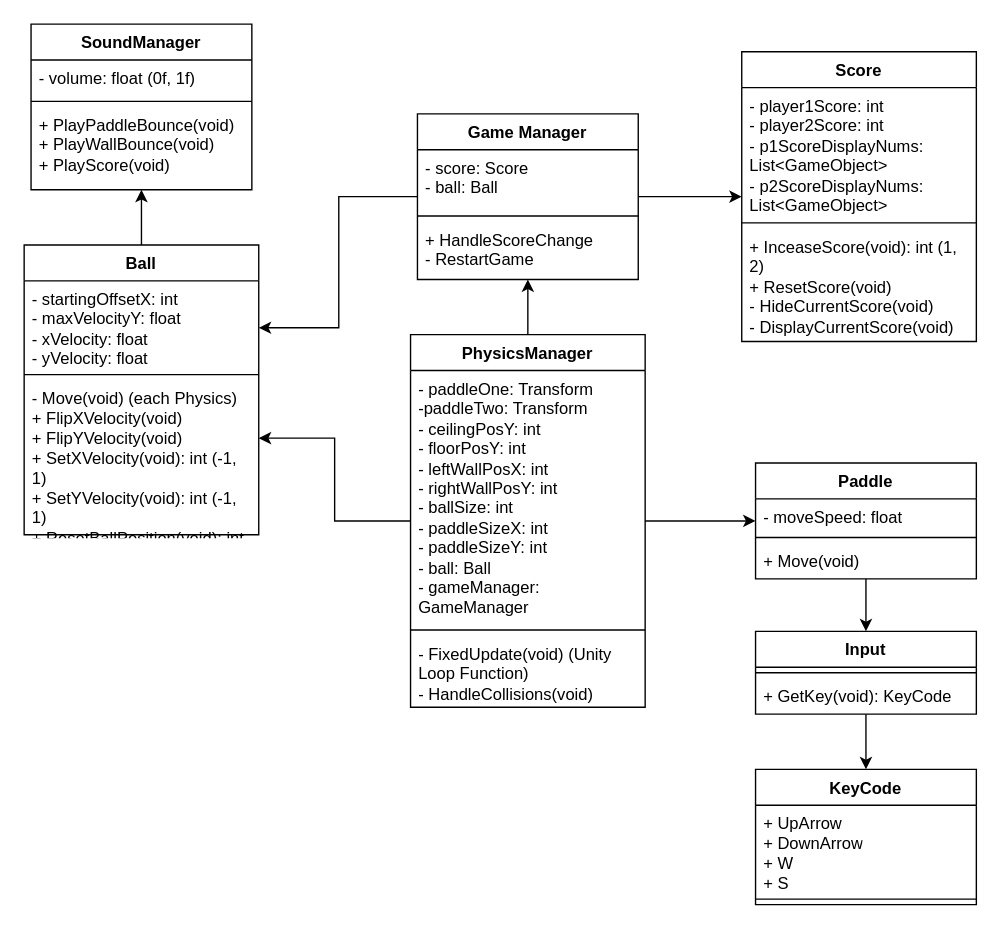
Above: Documents/UML_Pong.drawio in codingcaiden03/codingcaiden03 (draw.io), before the change. Source tidied: cells renumbered, new cells numbered last; positions are measured from the earlier drawing's top-left corner, leaving out a move shared by most shapes. Both pictures are drawn from the tidied source at 138%, with x=0, y=0 at pixel (23, 23).
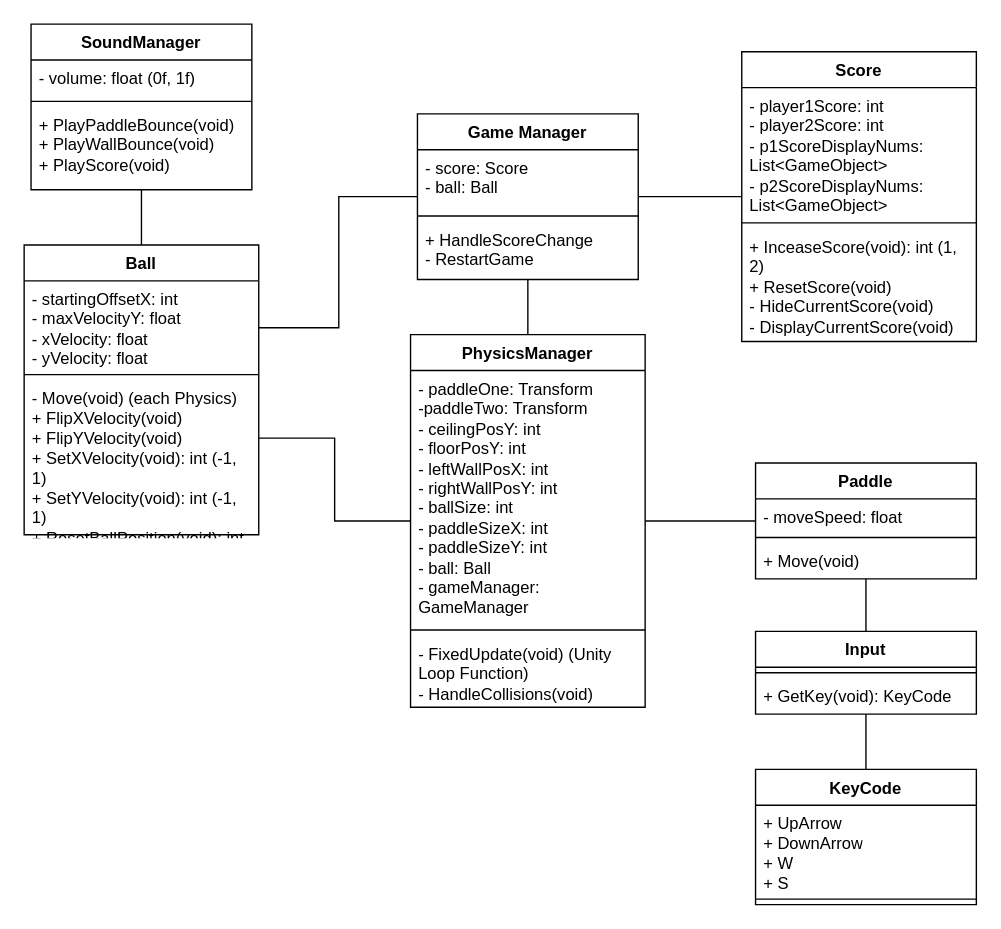
Above is the later version.

Commit message (it also covers changes not shown here):
Updated UML (arrows are for inheritance only)

The change refers to these unchanged cells:
```xml
<mxCell id="4" value="Input" style="swimlane;fontStyle=1;align=center;verticalAlign=top;horizontal=1;startSize=26;whiteSpace=wrap;html=1;" parent="1" vertex="1">
  <mxGeometry x="530" y="440" width="160" height="60" as="geometry" />
</mxCell>
<mxCell id="7" value="Paddle" style="swimlane;fontStyle=1;align=center;verticalAlign=top;horizontal=1;startSize=26;whiteSpace=wrap;html=1;" parent="1" vertex="1">
  <mxGeometry x="530" y="318" width="160" height="84" as="geometry" />
</mxCell>
<mxCell id="12" value="Ball" style="swimlane;fontStyle=1;align=center;verticalAlign=top;horizontal=1;startSize=26;whiteSpace=wrap;html=1;" parent="1" vertex="1">
  <mxGeometry y="160" width="170" height="210" as="geometry" />
</mxCell>
<mxCell id="16" value="&lt;div&gt;Score&lt;/div&gt;" style="swimlane;fontStyle=1;align=center;verticalAlign=top;horizontal=1;startSize=26;whiteSpace=wrap;html=1;" parent="1" vertex="1">
  <mxGeometry x="520" y="20" width="170" height="210" as="geometry" />
</mxCell>
<mxCell id="23" value="&lt;div&gt;PhysicsManager&lt;/div&gt;" style="swimlane;fontStyle=1;align=center;verticalAlign=top;horizontal=1;startSize=26;whiteSpace=wrap;html=1;" parent="1" vertex="1">
  <mxGeometry x="280" y="225" width="170" height="270" as="geometry" />
</mxCell>
<mxCell id="29" value="Game Manager" style="swimlane;fontStyle=1;align=center;verticalAlign=top;horizontal=1;startSize=26;whiteSpace=wrap;html=1;" parent="1" vertex="1">
  <mxGeometry x="285" y="65" width="160" height="120" as="geometry" />
</mxCell>
<mxCell id="33" value="KeyCode" style="swimlane;fontStyle=1;align=center;verticalAlign=top;horizontal=1;startSize=26;whiteSpace=wrap;html=1;" parent="1" vertex="1">
  <mxGeometry x="530" y="540" width="160" height="98" as="geometry" />
</mxCell>
<mxCell id="36" value="SoundManager" style="swimlane;fontStyle=1;align=center;verticalAlign=top;horizontal=1;startSize=26;whiteSpace=wrap;html=1;" parent="1" vertex="1">
  <mxGeometry x="5" width="160" height="120" as="geometry" />
</mxCell>
```

The edit, as a diff of the source:
```diff
@@
-    <mxCell id="2" style="edgeStyle=orthogonalEdgeStyle;rounded=0;jettySize=auto;html=1;startArrow=classic;startFill=1;endArrow=none;endFill=0;" parent="1" edge="1" source="4" target="7">
+    <mxCell id="2" style="edgeStyle=orthogonalEdgeStyle;rounded=0;jettySize=auto;html=1;startArrow=none;startFill=0;endArrow=none;endFill=0;" parent="1" edge="1" source="4" target="7">
       <mxGeometry relative="1" as="geometry" />
     </mxCell>
-    <mxCell id="3" style="edgeStyle=orthogonalEdgeStyle;rounded=0;jettySize=auto;html=1;" parent="1" edge="1" source="4" target="33">
+    <mxCell id="3" style="edgeStyle=orthogonalEdgeStyle;rounded=0;jettySize=auto;html=1;endArrow=none;endFill=0;" parent="1" edge="1" source="4" target="33">
       <mxGeometry relative="1" as="geometry" />
     </mxCell>
@@
-    <mxCell id="11" style="edgeStyle=orthogonalEdgeStyle;rounded=0;jettySize=auto;html=1;" parent="1" edge="1" source="12" target="36">
+    <mxCell id="11" style="edgeStyle=orthogonalEdgeStyle;rounded=0;jettySize=auto;html=1;endArrow=none;endFill=0;" parent="1" edge="1" source="12" target="36">
       <mxGeometry relative="1" as="geometry" />
     </mxCell>
@@
-    <mxCell id="20" style="edgeStyle=orthogonalEdgeStyle;rounded=0;jettySize=auto;html=1;" parent="1" edge="1" source="23" target="29">
+    <mxCell id="20" style="edgeStyle=orthogonalEdgeStyle;rounded=0;jettySize=auto;html=1;endArrow=none;endFill=0;" parent="1" edge="1" source="23" target="29">
       <mxGeometry relative="1" as="geometry" />
     </mxCell>
-    <mxCell id="21" style="edgeStyle=orthogonalEdgeStyle;rounded=0;jettySize=auto;html=1;" parent="1" edge="1" source="23" target="7">
+    <mxCell id="21" style="edgeStyle=orthogonalEdgeStyle;rounded=0;jettySize=auto;html=1;endArrow=none;endFill=0;" parent="1" edge="1" source="23" target="7">
       <mxGeometry relative="1" as="geometry" />
     </mxCell>
-    <mxCell id="22" style="edgeStyle=orthogonalEdgeStyle;rounded=0;jettySize=auto;html=1;" parent="1" edge="1" source="23" target="12">
+    <mxCell id="22" style="edgeStyle=orthogonalEdgeStyle;rounded=0;jettySize=auto;html=1;endArrow=none;endFill=0;" parent="1" edge="1" source="23" target="12">
       <mxGeometry relative="1" as="geometry">
         <Array as="points">
           <mxPoint x="225" y="360" />
           <mxPoint x="225" y="300" />
         </Array>
       </mxGeometry>
     </mxCell>
@@
-    <mxCell id="27" style="edgeStyle=orthogonalEdgeStyle;rounded=0;jettySize=auto;html=1;" parent="1" edge="1" source="29" target="16">
+    <mxCell id="27" style="edgeStyle=orthogonalEdgeStyle;rounded=0;jettySize=auto;html=1;endArrow=none;endFill=0;" parent="1" edge="1" source="29" target="16">
       <mxGeometry relative="1" as="geometry" />
     </mxCell>
-    <mxCell id="28" style="edgeStyle=orthogonalEdgeStyle;rounded=0;jettySize=auto;html=1;" parent="1" edge="1" source="29" target="12">
+    <mxCell id="28" style="edgeStyle=orthogonalEdgeStyle;rounded=0;jettySize=auto;html=1;endArrow=none;endFill=0;" parent="1" edge="1" source="29" target="12">
       <mxGeometry relative="1" as="geometry">
         <Array as="points">
           <mxPoint x="228" y="125" />
           <mxPoint x="228" y="220" />
         </Array>
       </mxGeometry>
     </mxCell>
```
